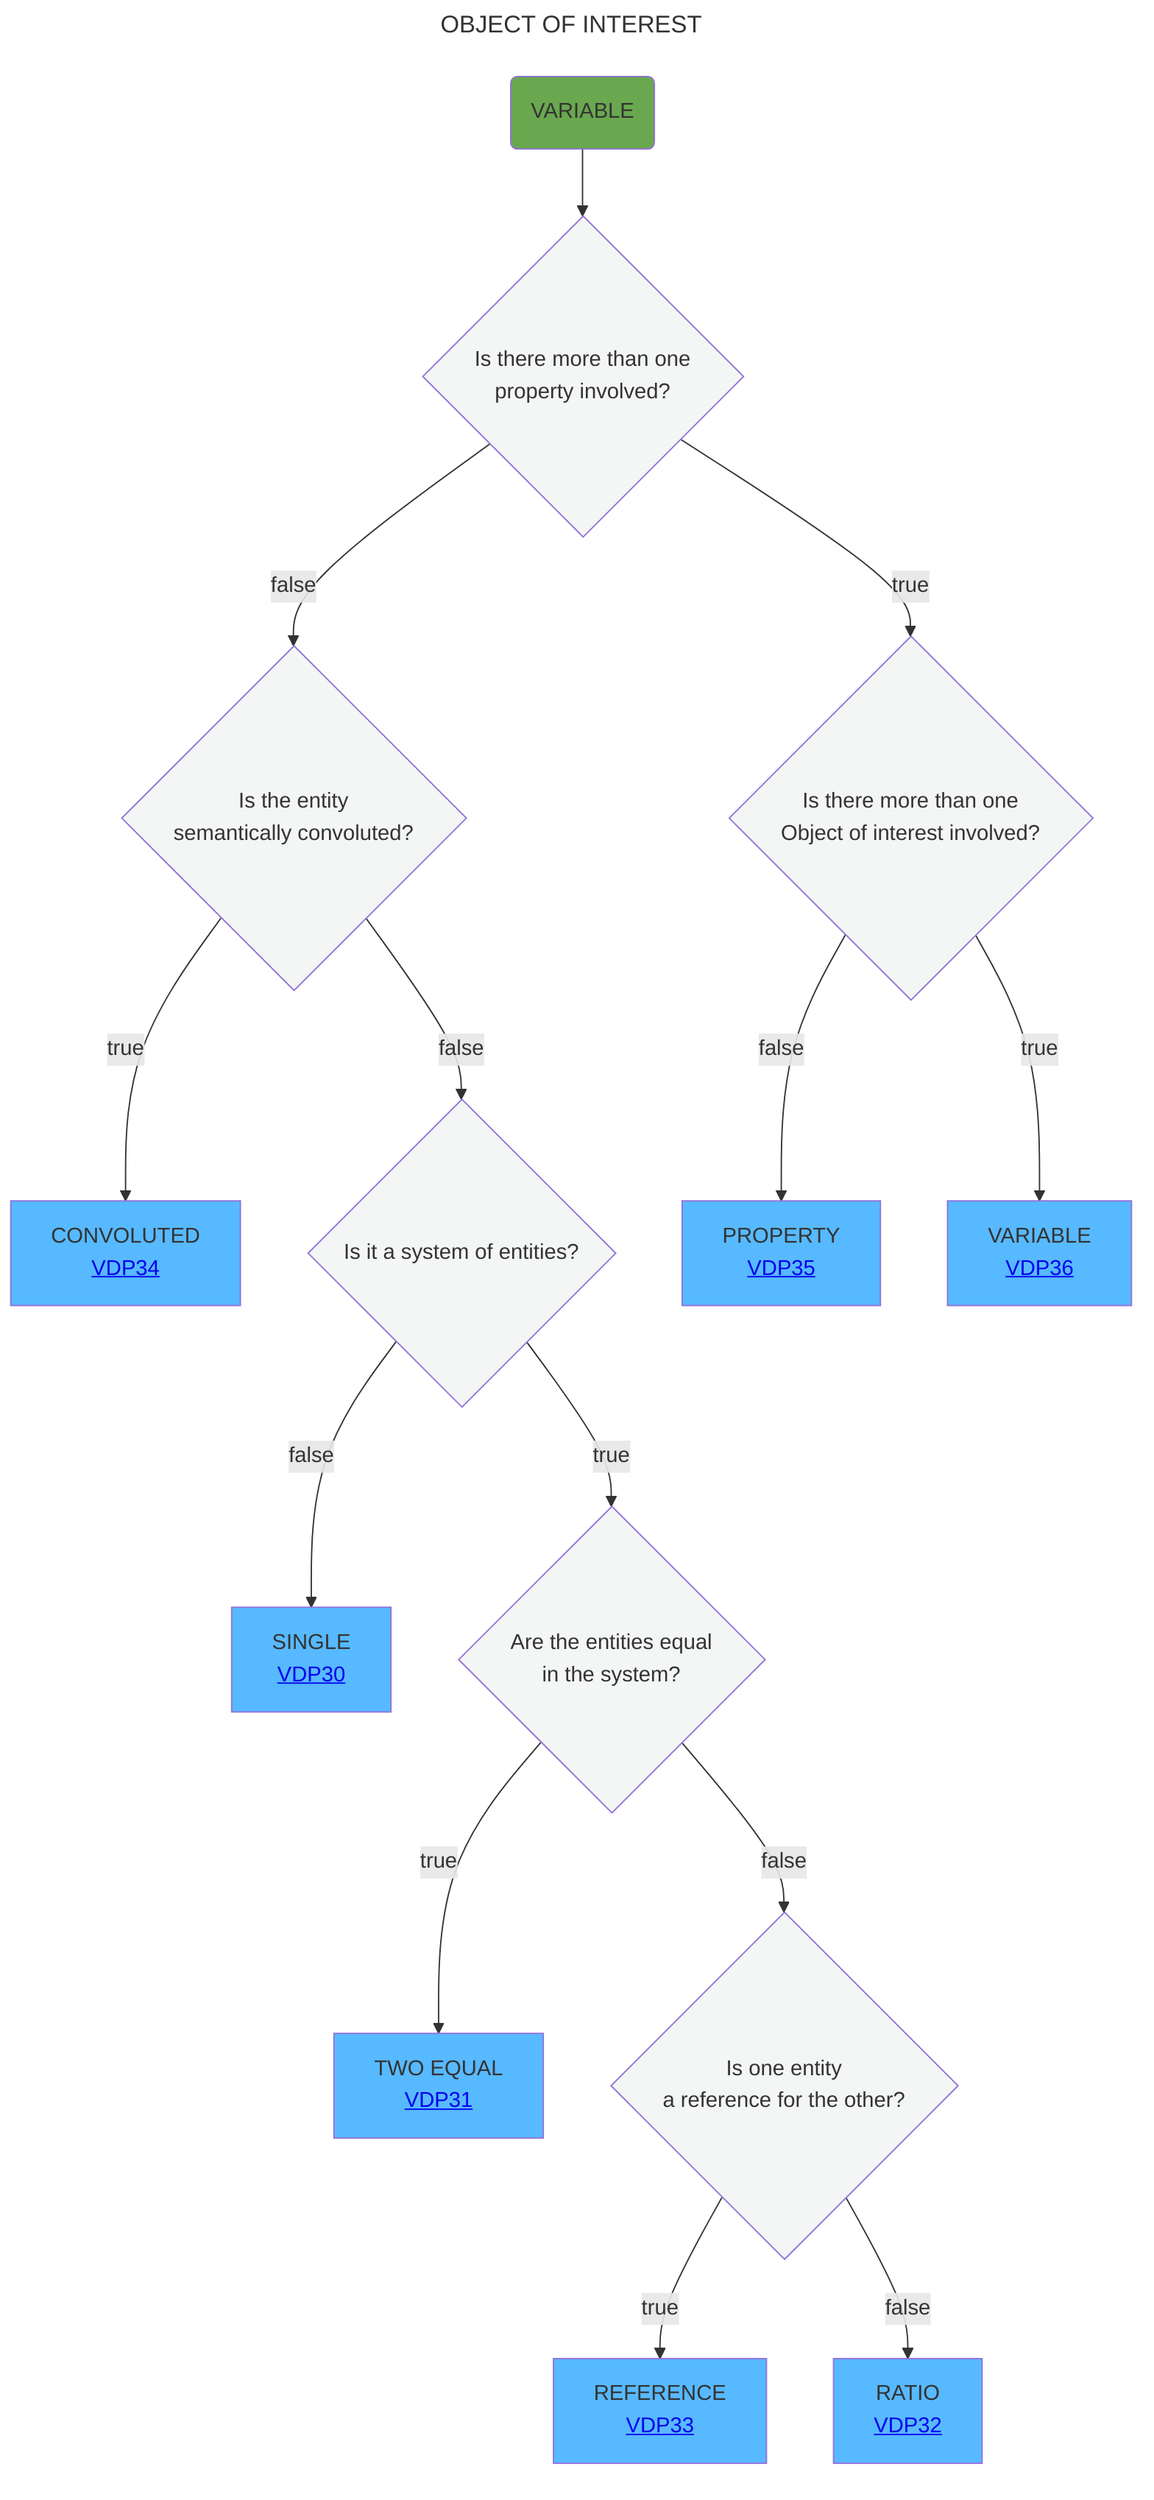
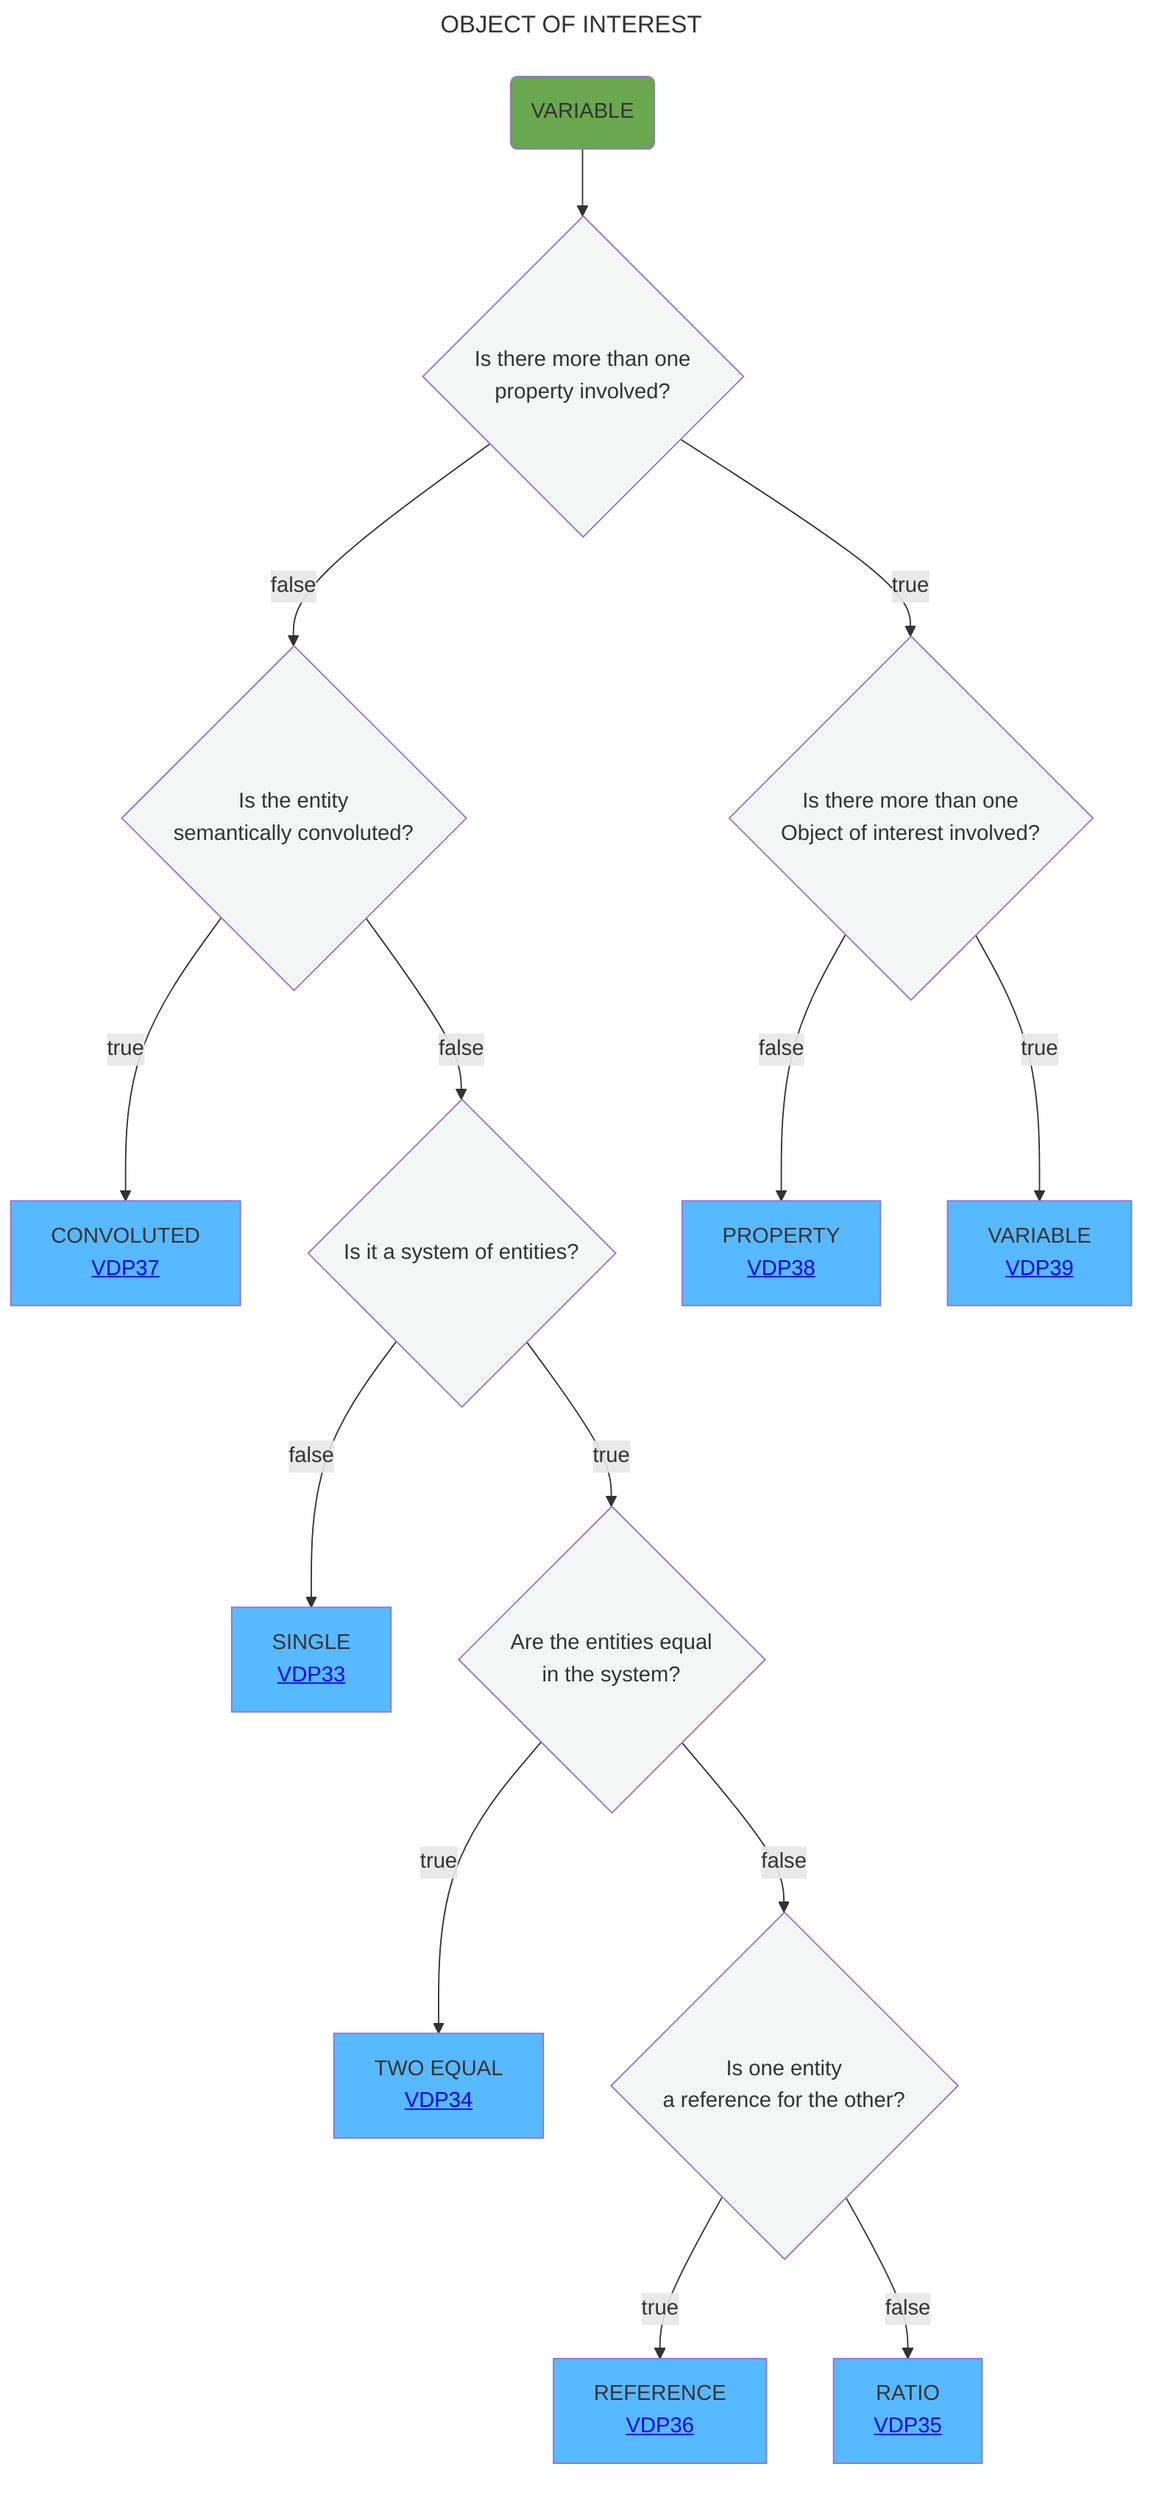
---
title: OBJECT OF INTEREST
---
flowchart TD
    A(VARIABLE):::green --> AB{Is there more than one <br> property involved?}:::white
    AB --> |false|B{Is the entity <br> semantically convoluted?}:::white
    AB --> |true|O{Is there more than one <br> Object of interest involved?}:::white
-     B --> |true|C[CONVOLUTED <br> <a href='https://github.com/mabablue/I-ADOPT-patterns-playground/blob/main/pattern/VDP34.yaml'>VDP34</a>]:::satblue
+     B --> |true|C[CONVOLUTED <br> <a href='https://github.com/mabablue/I-ADOPT-patterns-playground/blob/main/pattern/VDP37.yaml'>VDP37</a>]:::satblue
    B --> |false|D{Is it a system of entities?}:::white
-     D --> |false|E[SINGLE <br> <a href='https://github.com/mabablue/I-ADOPT-patterns-playground/blob/main/pattern/VDP30.yaml'>VDP30</a>]:::satblue
+     D --> |false|E[SINGLE <br> <a href='https://github.com/mabablue/I-ADOPT-patterns-playground/blob/main/pattern/VDP33.yaml'>VDP33</a>]:::satblue
    D --> |true|F{Are the entities equal <br> in the system?}:::white
-     F --> |true|G[TWO EQUAL <br> <a href='https://github.com/mabablue/I-ADOPT-patterns-playground/blob/main/pattern/VDP31.yaml'>VDP31</a>]:::satblue
+     F --> |true|G[TWO EQUAL <br> <a href='https://github.com/mabablue/I-ADOPT-patterns-playground/blob/main/pattern/VDP34.yaml'>VDP34</a>]:::satblue
    F --> |false|H{Is one entity <br> a reference for the other?}:::white
-     H --> |true|I[REFERENCE <br> <a href='https://github.com/mabablue/I-ADOPT-patterns-playground/blob/main/pattern/VDP33.yaml'>VDP33</a>]:::satblue
-     H --> |false|J[RATIO <br> <a href='https://github.com/mabablue/I-ADOPT-patterns-playground/blob/main/pattern/VDP32.yaml'>VDP32</a>]:::satblue
-     O --> |false|Q[PROPERTY <br> <a href='https://github.com/mabablue/I-ADOPT-patterns-playground/blob/main/pattern/VDP35.yaml'>VDP35</a>]:::satblue
-     O --> |true|R[VARIABLE <br> <a href='https://github.com/mabablue/I-ADOPT-patterns-playground/blob/main/pattern/VDP36.yaml'>VDP36</a>]:::satblue
+     H --> |true|I[REFERENCE <br> <a href='https://github.com/mabablue/I-ADOPT-patterns-playground/blob/main/pattern/VDP36.yaml'>VDP36</a>]:::satblue
+     H --> |false|J[RATIO <br> <a href='https://github.com/mabablue/I-ADOPT-patterns-playground/blob/main/pattern/VDP35.yaml'>VDP35</a>]:::satblue
+     O --> |false|Q[PROPERTY <br> <a href='https://github.com/mabablue/I-ADOPT-patterns-playground/blob/main/pattern/VDP38.yaml'>VDP38</a>]:::satblue
+     O --> |true|R[VARIABLE <br> <a href='https://github.com/mabablue/I-ADOPT-patterns-playground/blob/main/pattern/VDP39.yaml'>VDP39</a>]:::satblue
   classDef blue fill:#90D5FF
   classDef satblue fill:#57B9FF
   classDef white fill:#f3f6f4
   classDef green fill:#6aa84f
